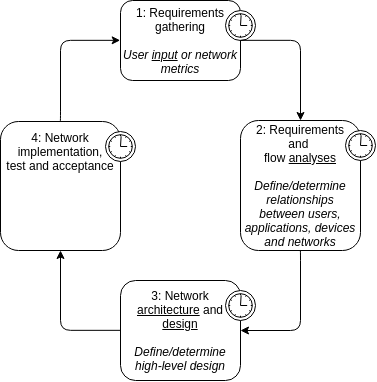
Earlier version of the draw.io export Images/mccabe-process.png (AquaL1te/rp2). Source tidied: cells renumbered, new cells last; positions are measured from the earlier drawing's top-left corner, leaving out a move shared by most shapes.
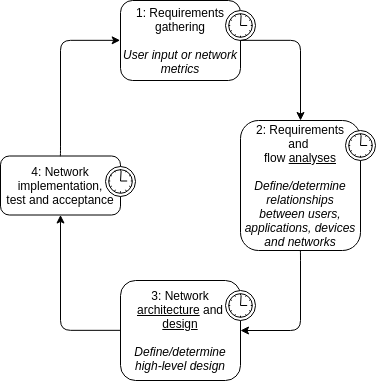
After the commit.

What changed in the source:
```diff
@@ -2,7 +2,7 @@
   <root>
     <mxCell id="0" />
     <mxCell id="1" parent="0" />
-    <mxCell id="2" value="1: Requirements gathering&lt;br&gt;&lt;br&gt;&lt;i&gt;User &lt;u&gt;input&lt;/u&gt; or network metrics&lt;/i&gt;&lt;br&gt;" style="html=1;whiteSpace=wrap;rounded=1;align=center;" parent="1" vertex="1">
+    <mxCell id="2" value="1: Requirements gathering&lt;br&gt;&lt;br&gt;&lt;i&gt;User input or network metrics&lt;/i&gt;&lt;br&gt;" style="html=1;whiteSpace=wrap;rounded=1;align=center;" parent="1" vertex="1">
       <mxGeometry x="120" width="120" height="80" as="geometry" />
     </mxCell>
     <mxCell id="3" style="shape=mxgraph.bpmn.timer_start;perimeter=ellipsePerimeter;html=1;labelPosition=right;labelBackgroundColor=#ffffff;align=left;" parent="2" vertex="1">
@@ -10,8 +10,8 @@
         <mxPoint x="-15" y="10" as="offset" />
       </mxGeometry>
     </mxCell>
-    <mxCell id="4" value="4: Network implementation,&lt;br&gt;test and acceptance&lt;br&gt;&lt;br&gt;&lt;br&gt;&lt;br&gt;&lt;br&gt;&lt;br&gt;" style="html=1;whiteSpace=wrap;rounded=1;align=center;" parent="1" vertex="1">
-      <mxGeometry y="121" width="120" height="129" as="geometry" />
+    <mxCell id="4" value="4: Network implementation,&lt;br&gt;test and acceptance&lt;br&gt;" style="html=1;whiteSpace=wrap;rounded=1;align=center;" parent="1" vertex="1">
+      <mxGeometry y="155.5" width="120" height="59" as="geometry" />
     </mxCell>
     <mxCell id="5" style="shape=mxgraph.bpmn.timer_start;perimeter=ellipsePerimeter;html=1;labelPosition=right;labelBackgroundColor=#ffffff;align=left;" parent="4" vertex="1">
       <mxGeometry x="1" width="30" height="30" relative="1" as="geometry">
```
